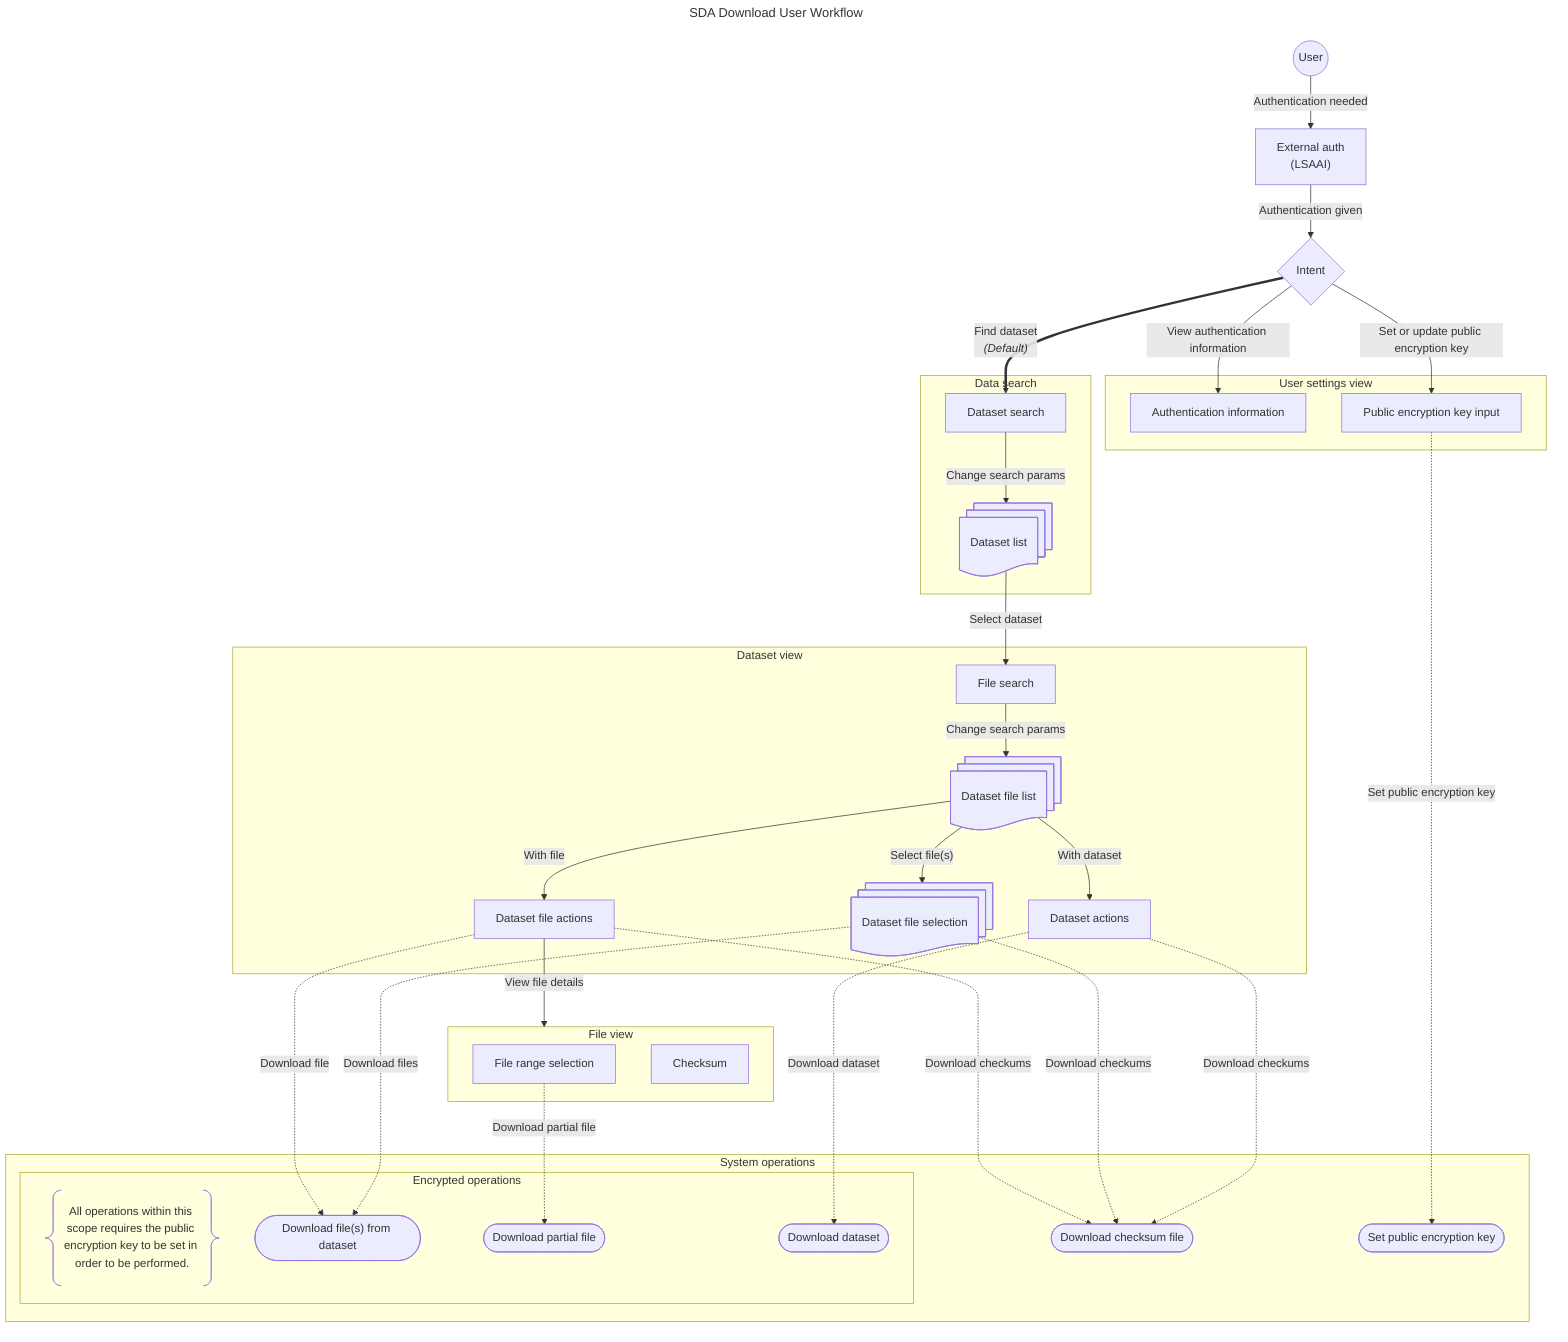
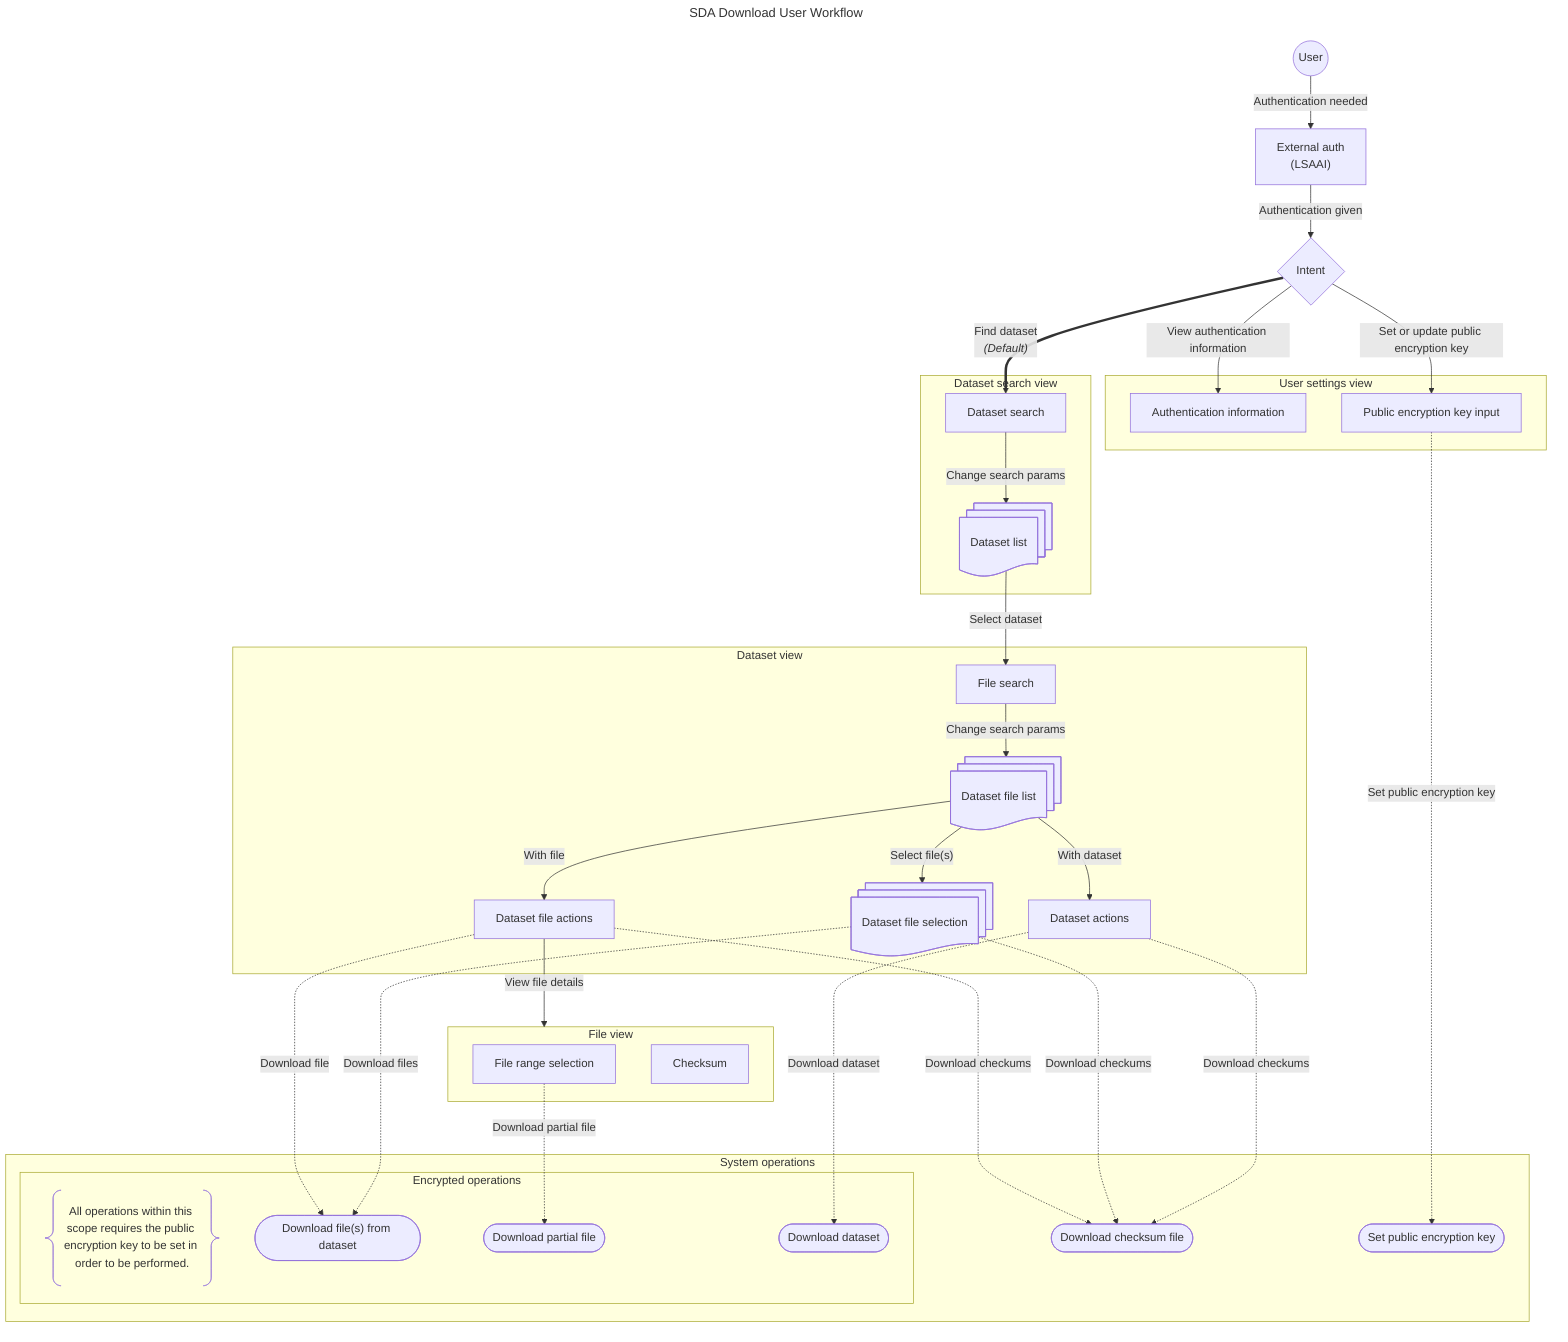
---
title: SDA Download User Workflow
+ descriptions:
+ - title: Dataset search
+   content: Search using parameters related to finding datasets amoung the user's accessible datasets. *Relevant paramters are to be decided later.*
+ - title: Dataset list
+   content: Lists all datasets matching the current search query (or all if no query exists). Includes links to `Dataset view`.
+ - title: File search
+   content: Search using parameters related to finding files within a specific dataset. *Relevant parameters are to be decided later.*
+ - title: Dataset file list
+   content: A list of files matching the current search query (or all if no query exists). Includes links to `File view`. May make individual file actions available.
+ - title: Download file(s) from dataset (Encrypted)
+   content: Downloads a selection of files from a dataset.
+ - title: Download partial file (Encrypted)
+   content: Downloads a range of data from a file.
+ - title: Download dataset (Encrypted)
+   content: Downloads all the files from a dataset.
+ - title: Download checksum file
+   content: Downloads a checksum file containing all the checksums and relations to files of from a selection of files or a dataset.
+ - title: Set public encryption key
+   content: Sets the public encryption key to be used for encrypting all sensitive data downloads.
---

flowchart TD
    user@{ shape: circle, label: "User" }
    intent@{ shape: diamond, label: "Intent" }

-     subgraph ds_search_view["Data search"]
+     subgraph ds_search_view["Dataset search view"]
        ds_list@{ shape: docs, label: "Dataset list"}
        ds_search[Dataset search]
    end

    subgraph ds_view["Dataset view"]
        ds_file_search[File search]
        ds_file_list@{ shape: docs, label: "Dataset file list"}
        ds_file_selection@{ shape: docs, label: "Dataset file selection"}
        ds_file_actions[Dataset file actions]
        ds_actions[Dataset actions]
    end

    subgraph user_settings_view["User settings view"]
        user_auth_info["Authentication information"]
        user_public_key["Public encryption key input"]
    end

    subgraph file_view["File view"]
        file_range_selection[File range selection]
        file_checksum[Checksum]
    end

    subgraph system_operations["System operations"]
        subgraph encrypted_operations["Encrypted operations"]
            encrypted_operations_description@{ shape: braces, label: "All operations within this scope requires the public encryption key to be set in order to be performed." }
            ds_file_download@{ shape: stadium, label: "Download file(s) from dataset"}
            ds_partial_file_download@{ shape: stadium, label: "Download partial file"}
            ds_download@{ shape: stadium, label: "Download dataset"}
        end
        download_checksum_file@{ shape: stadium, label: "Download checksum file"}
        user_set_public_key@{ shape: stadium, label: "Set public encryption key"}
    end

    lsaai_auth["External auth<br>(LSAAI)"]

    user -- "Authentication needed" --> lsaai_auth
    lsaai_auth -- "Authentication given" --> intent

    intent == "Find dataset<br><i>(Default)</i>" ==> ds_search
    intent -- "Set or update public encryption key" --> user_public_key
    intent -- "View authentication information" --> user_auth_info

    ds_search -- "Change search params" --> ds_list
    ds_list -- "Select dataset" --> ds_file_search
    ds_file_search -- "Change search params" --> ds_file_list

    ds_file_list -- "Select file(s)" --> ds_file_selection
    ds_file_list -- "With file" --> ds_file_actions
    ds_file_list -- "With dataset" --> ds_actions

    ds_file_actions -. "Download file" .-> ds_file_download
    ds_file_actions -- "View file details" --> file_view
    ds_file_actions -. "Download checkums" .-> download_checksum_file

    ds_file_selection -. "Download files" .-> ds_file_download
    ds_file_selection -. "Download checkums" .-> download_checksum_file

    file_range_selection -. "Download partial file" .-> ds_partial_file_download

    ds_actions -. "Download dataset" .-> ds_download
    ds_actions -. "Download checkums" .-> download_checksum_file

    user_public_key -. "Set public encryption key" .-> user_set_public_key